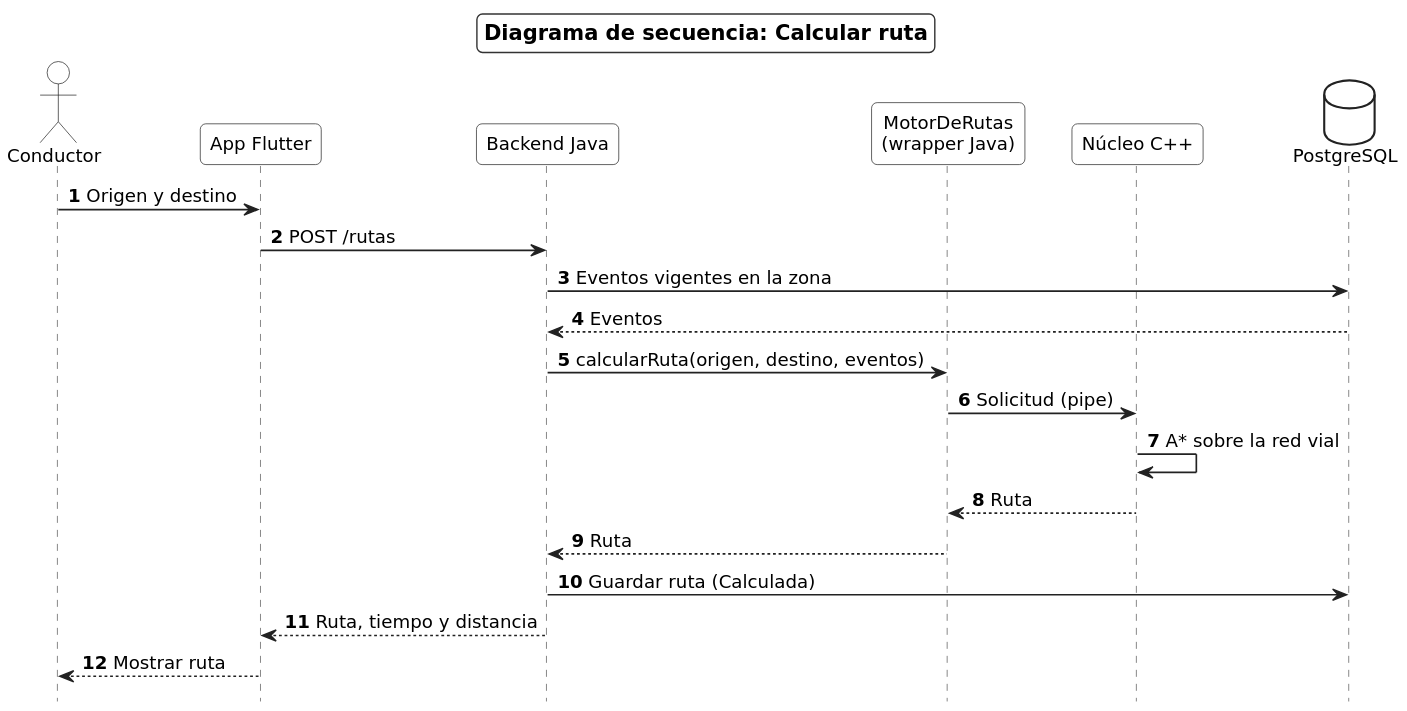
Before: 03_des/DiagramasPrueba/Diagramas de secuencia/SEC-04_CalcularRuta.svg, a diagram exported from PlantUML (uniWASD/ChuroViajeInterno).
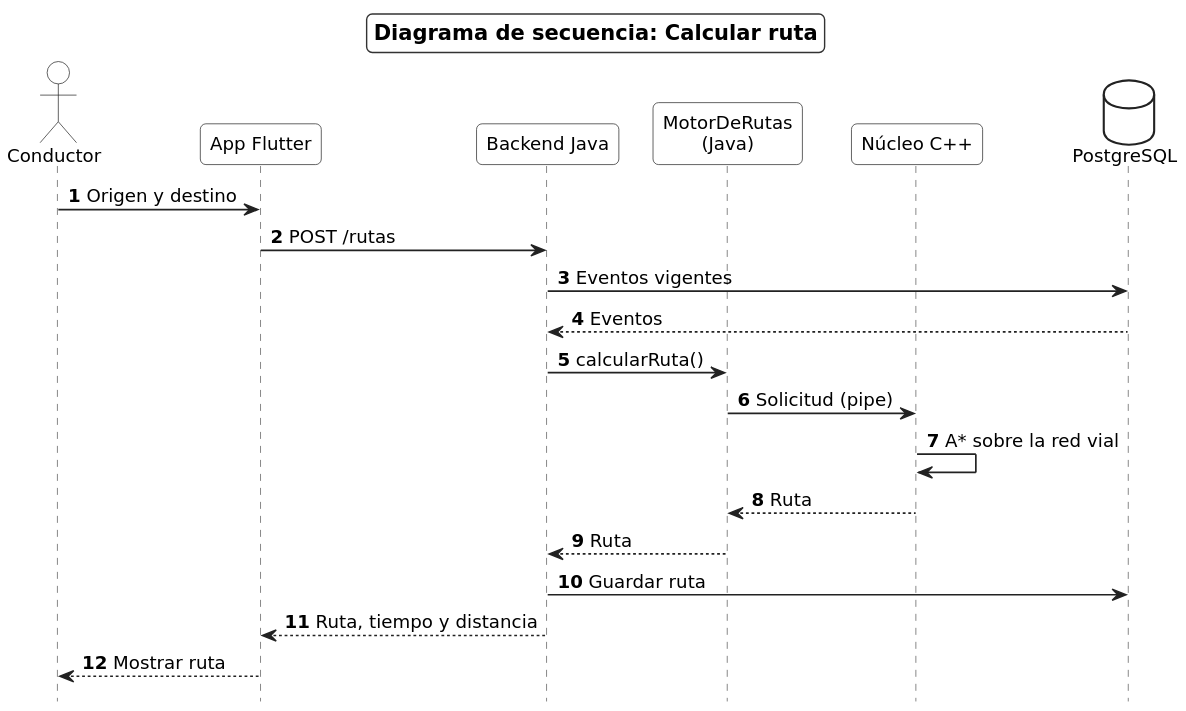
After the change.

The edit, as a diff of the source:
```diff
@@ -39,20 +39,20 @@
 actor Conductor
 participant "App Flutter" as App
 participant "Backend Java" as Backend
-participant "MotorDeRutas\n(wrapper Java)" as Wrapper
+participant "MotorDeRutas\n(Java)" as Wrapper
 participant "Núcleo C++" as Core
 database PostgreSQL as BD
 
 Conductor -> App : Origen y destino
 App -> Backend : POST /rutas
-Backend -> BD : Eventos vigentes en la zona
+Backend -> BD : Eventos vigentes
 BD --> Backend : Eventos
-Backend -> Wrapper : calcularRuta(origen, destino, eventos)
+Backend -> Wrapper : calcularRuta()
 Wrapper -> Core : Solicitud (pipe)
 Core -> Core : A* sobre la red vial
 Core --> Wrapper : Ruta
 Wrapper --> Backend : Ruta
-Backend -> BD : Guardar ruta (Calculada)
+Backend -> BD : Guardar ruta
 Backend --> App : Ruta, tiempo y distancia
 App --> Conductor : Mostrar ruta
 @enduml
```
